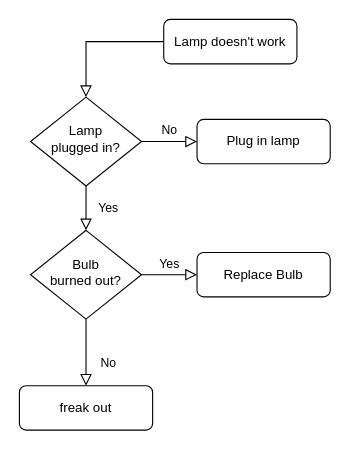
Above: testingworkflow.drawio in CJSmith02/hello-world (draw.io), before the change. Source tidied: cells renumbered, new cells numbered last; positions are measured from the earlier drawing's top-left corner, leaving out a move shared by most shapes. Both pictures are drawn from the tidied source at 111%, with x=0, y=0 at pixel (19, 19).
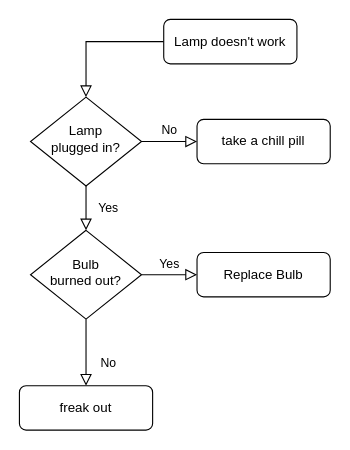
The same diagram, later.

The edit, as a diff of the source:
```diff
@@
 <mxGraphModel>
   <root>
     <mxCell id="0" />
     <mxCell id="1" parent="0" />
     <mxCell id="2" style="rounded=0;html=1;jettySize=auto;fontSize=11;endArrow=block;endFill=0;endSize=8;strokeWidth=1;shadow=0;labelBackgroundColor=none;edgeStyle=orthogonalEdgeStyle;" parent="1" edge="1" source="3" target="6">
       <mxGeometry relative="1" as="geometry" />
     </mxCell>
     <mxCell id="3" value="Lamp doesn't work" style="rounded=1;whiteSpace=wrap;html=1;fontSize=12;glass=0;strokeWidth=1;shadow=0;" parent="1" vertex="1">
       <mxGeometry x="130" width="120" height="40" as="geometry" />
     </mxCell>
     <mxCell id="4" value="Yes" style="rounded=0;html=1;jettySize=auto;fontSize=11;endArrow=block;endFill=0;endSize=8;strokeWidth=1;shadow=0;labelBackgroundColor=none;edgeStyle=orthogonalEdgeStyle;" parent="1" edge="1" source="6" target="10">
       <mxGeometry y="20" relative="1" as="geometry" />
     </mxCell>
     <mxCell id="5" value="No" style="edgeStyle=orthogonalEdgeStyle;rounded=0;html=1;jettySize=auto;fontSize=11;endArrow=block;endFill=0;endSize=8;strokeWidth=1;shadow=0;labelBackgroundColor=none;" parent="1" edge="1" source="6" target="7">
       <mxGeometry y="10" relative="1" as="geometry" />
     </mxCell>
     <mxCell id="6" value="Lamp&lt;br&gt;plugged in?" style="rhombus;whiteSpace=wrap;html=1;shadow=0;fontFamily=Helvetica;fontSize=12;align=center;strokeWidth=1;spacing=6;spacingTop=-4;" parent="1" vertex="1">
       <mxGeometry x="10" y="70" width="100" height="80" as="geometry" />
     </mxCell>
-    <mxCell id="7" value="Plug in lamp" style="rounded=1;whiteSpace=wrap;html=1;fontSize=12;glass=0;strokeWidth=1;shadow=0;" parent="1" vertex="1">
+    <mxCell id="7" value="take a chill pill" style="rounded=1;whiteSpace=wrap;html=1;fontSize=12;glass=0;strokeWidth=1;shadow=0;" parent="1" vertex="1">
       <mxGeometry x="160" y="90" width="120" height="40" as="geometry" />
     </mxCell>
     <mxCell id="8" value="No" style="rounded=0;html=1;jettySize=auto;fontSize=11;endArrow=block;endFill=0;endSize=8;strokeWidth=1;shadow=0;labelBackgroundColor=none;edgeStyle=orthogonalEdgeStyle;" parent="1" edge="1" source="10" target="11">
       <mxGeometry x="0.33" y="20" relative="1" as="geometry" />
     </mxCell>
     <mxCell id="9" value="Yes" style="edgeStyle=orthogonalEdgeStyle;rounded=0;html=1;jettySize=auto;fontSize=11;endArrow=block;endFill=0;endSize=8;strokeWidth=1;shadow=0;labelBackgroundColor=none;" parent="1" edge="1" source="10" target="12">
       <mxGeometry y="10" relative="1" as="geometry" />
     </mxCell>
     <mxCell id="10" value="Bulb&lt;br&gt;burned out?" style="rhombus;whiteSpace=wrap;html=1;shadow=0;fontFamily=Helvetica;fontSize=12;align=center;strokeWidth=1;spacing=6;spacingTop=-4;" parent="1" vertex="1">
       <mxGeometry x="10" y="190" width="100" height="80" as="geometry" />
     </mxCell>
     <mxCell id="11" value="freak out" style="rounded=1;whiteSpace=wrap;html=1;fontSize=12;glass=0;strokeWidth=1;shadow=0;" parent="1" vertex="1">
       <mxGeometry y="330" width="120" height="40" as="geometry" />
     </mxCell>
     <mxCell id="12" value="Replace Bulb" style="rounded=1;whiteSpace=wrap;html=1;fontSize=12;glass=0;strokeWidth=1;shadow=0;" parent="1" vertex="1">
       <mxGeometry x="160" y="210" width="120" height="40" as="geometry" />
     </mxCell>
   </root>
 </mxGraphModel>
```
